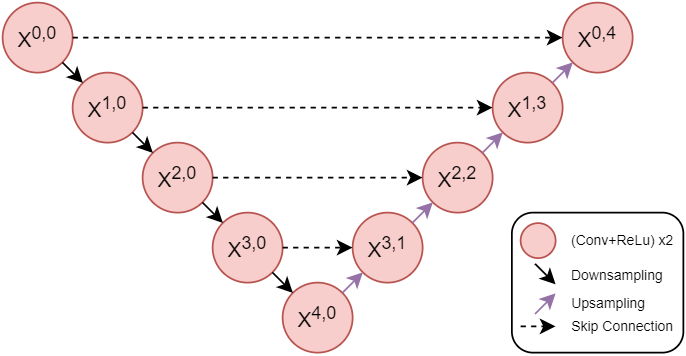
The draw.io diagram model img/Models-U-Net.png in rizalmaulanaa/Robustness_of_Prob_U_Net, before a commit. Source tidied: cells renumbered, new cells last; positions are measured from the earlier drawing's top-left corner, leaving out a move shared by most shapes.
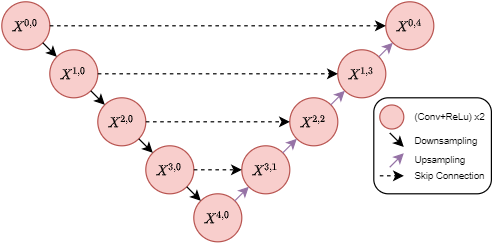
After the commit.

Change to the diagram source:
```diff
@@ -1,105 +1,111 @@
-<mxGraphModel>
+<mxGraphModel math="1">
   <root>
     <mxCell id="0" />
     <mxCell id="1" parent="0" />
+    <mxCell id="32" style="group;" parent="1" vertex="1">
+      <mxGeometry width="360" height="200" as="geometry" />
+    </mxCell>
-    <mxCell id="2" value="X&lt;sup&gt;0,0&lt;/sup&gt;" style="ellipse;whiteSpace=wrap;html=1;fillColor=#f8cecc;strokeColor=#b85450;" parent="1" vertex="1">
+    <mxCell id="2" value="&lt;span&gt;\({X^{0,0}}\)&lt;/span&gt;" style="ellipse;whiteSpace=wrap;html=1;fillColor=#f8cecc;strokeColor=#b85450;fontSize=10;" parent="32" vertex="1">
       <mxGeometry width="40" height="40" as="geometry" />
     </mxCell>
-    <mxCell id="3" value="X&lt;sup&gt;1,0&lt;/sup&gt;" style="ellipse;whiteSpace=wrap;html=1;fillColor=#f8cecc;strokeColor=#b85450;" parent="1" vertex="1">
+    <mxCell id="3" value="&lt;span&gt;\({X^{1,0}}\)&lt;/span&gt;" style="ellipse;whiteSpace=wrap;html=1;fillColor=#f8cecc;strokeColor=#b85450;fontSize=10;" parent="32" vertex="1">
       <mxGeometry x="40" y="40" width="40" height="40" as="geometry" />
     </mxCell>
-    <mxCell id="4" style="endArrow=classic;html=1;" parent="1" edge="1" source="2" target="3">
+    <mxCell id="4" style="endArrow=classic;html=1;" parent="32" edge="1" source="2" target="3">
       <mxGeometry relative="1" as="geometry" />
     </mxCell>
-    <mxCell id="5" value="X&lt;sup&gt;2,0&lt;/sup&gt;" style="ellipse;whiteSpace=wrap;html=1;fillColor=#f8cecc;strokeColor=#b85450;" parent="1" vertex="1">
+    <mxCell id="5" value="&lt;span&gt;\({X^{2,0}}\)&lt;/span&gt;" style="ellipse;whiteSpace=wrap;html=1;fillColor=#f8cecc;strokeColor=#b85450;fontSize=10;" parent="32" vertex="1">
       <mxGeometry x="80" y="80" width="40" height="40" as="geometry" />
     </mxCell>
-    <mxCell id="6" value="X&lt;sup&gt;3,0&lt;/sup&gt;" style="ellipse;whiteSpace=wrap;html=1;fillColor=#f8cecc;strokeColor=#b85450;" parent="1" vertex="1">
+    <mxCell id="6" value="&lt;span&gt;\({X^{3,0}}\)&lt;/span&gt;" style="ellipse;whiteSpace=wrap;html=1;fillColor=#f8cecc;strokeColor=#b85450;fontSize=10;" parent="32" vertex="1">
       <mxGeometry x="120" y="120" width="40" height="40" as="geometry" />
     </mxCell>
-    <mxCell id="7" value="X&lt;sup&gt;2,2&lt;/sup&gt;" style="ellipse;whiteSpace=wrap;html=1;fillColor=#f8cecc;strokeColor=#b85450;" parent="1" vertex="1">
+    <mxCell id="7" value="&lt;span&gt;\({X^{2,2}}\)&lt;/span&gt;" style="ellipse;whiteSpace=wrap;html=1;fillColor=#f8cecc;strokeColor=#b85450;fontSize=10;" parent="32" vertex="1">
       <mxGeometry x="240" y="80" width="40" height="40" as="geometry" />
     </mxCell>
-    <mxCell id="8" value="X&lt;sup&gt;3,1&lt;/sup&gt;" style="ellipse;whiteSpace=wrap;html=1;fillColor=#f8cecc;strokeColor=#b85450;" parent="1" vertex="1">
+    <mxCell id="8" value="&lt;span&gt;\({X^{3,1}}\)&lt;/span&gt;" style="ellipse;whiteSpace=wrap;html=1;fillColor=#f8cecc;strokeColor=#b85450;fontSize=10;" parent="32" vertex="1">
       <mxGeometry x="200" y="120" width="40" height="40" as="geometry" />
     </mxCell>
-    <mxCell id="9" value="X&lt;sup&gt;4,0&lt;/sup&gt;" style="ellipse;whiteSpace=wrap;html=1;fillColor=#f8cecc;strokeColor=#b85450;" parent="1" vertex="1">
+    <mxCell id="9" value="&lt;span&gt;\({X^{4,0}}\)&lt;/span&gt;" style="ellipse;whiteSpace=wrap;html=1;fillColor=#f8cecc;strokeColor=#b85450;fontSize=10;" parent="32" vertex="1">
       <mxGeometry x="160" y="160" width="40" height="40" as="geometry" />
     </mxCell>
-    <mxCell id="10" value="X&lt;sup&gt;1,3&lt;/sup&gt;" style="ellipse;whiteSpace=wrap;html=1;fillColor=#f8cecc;strokeColor=#b85450;" parent="1" vertex="1">
+    <mxCell id="10" value="&lt;span&gt;\({X^{1,3}}\)&lt;/span&gt;" style="ellipse;whiteSpace=wrap;html=1;fillColor=#f8cecc;strokeColor=#b85450;fontSize=10;" parent="32" vertex="1">
       <mxGeometry x="280" y="40" width="40" height="40" as="geometry" />
     </mxCell>
-    <mxCell id="11" value="X&lt;sup&gt;0,4&lt;/sup&gt;" style="ellipse;whiteSpace=wrap;html=1;fillColor=#f8cecc;strokeColor=#b85450;" parent="1" vertex="1">
+    <mxCell id="11" value="&lt;span&gt;\({X^{0,4}}\)&lt;/span&gt;" style="ellipse;whiteSpace=wrap;html=1;fillColor=#f8cecc;strokeColor=#b85450;fontSize=10;" parent="32" vertex="1">
       <mxGeometry x="320" width="40" height="40" as="geometry" />
     </mxCell>
-    <mxCell id="12" style="endArrow=classic;html=1;" parent="1" edge="1" source="3" target="5">
+    <mxCell id="12" style="endArrow=classic;html=1;" parent="32" edge="1" source="3" target="5">
       <mxGeometry relative="1" as="geometry" />
     </mxCell>
-    <mxCell id="13" style="endArrow=classic;html=1;" parent="1" edge="1" source="5" target="6">
+    <mxCell id="13" style="endArrow=classic;html=1;" parent="32" edge="1" source="5" target="6">
       <mxGeometry relative="1" as="geometry" />
     </mxCell>
-    <mxCell id="14" style="endArrow=classic;html=1;" parent="1" edge="1" source="6" target="9">
+    <mxCell id="14" style="endArrow=classic;html=1;" parent="32" edge="1" source="6" target="9">
       <mxGeometry relative="1" as="geometry" />
     </mxCell>
-    <mxCell id="15" style="endArrow=classic;html=1;fillColor=#e1d5e7;strokeColor=#9673a6;" parent="1" edge="1" source="9" target="8">
+    <mxCell id="15" style="endArrow=classic;html=1;fillColor=#e1d5e7;strokeColor=#9673a6;" parent="32" edge="1" source="9" target="8">
       <mxGeometry relative="1" as="geometry" />
     </mxCell>
-    <mxCell id="16" style="endArrow=classic;html=1;fillColor=#e1d5e7;strokeColor=#9673a6;" parent="1" edge="1" source="8" target="7">
+    <mxCell id="16" style="endArrow=classic;html=1;fillColor=#e1d5e7;strokeColor=#9673a6;" parent="32" edge="1" source="8" target="7">
       <mxGeometry relative="1" as="geometry" />
     </mxCell>
-    <mxCell id="17" style="endArrow=classic;html=1;fillColor=#e1d5e7;strokeColor=#9673a6;" parent="1" edge="1" source="7" target="10">
+    <mxCell id="17" style="endArrow=classic;html=1;fillColor=#e1d5e7;strokeColor=#9673a6;" parent="32" edge="1" source="7" target="10">
       <mxGeometry relative="1" as="geometry" />
     </mxCell>
-    <mxCell id="18" style="endArrow=classic;html=1;fillColor=#e1d5e7;strokeColor=#9673a6;" parent="1" edge="1" source="10" target="11">
+    <mxCell id="18" style="endArrow=classic;html=1;fillColor=#e1d5e7;strokeColor=#9673a6;" parent="32" edge="1" source="10" target="11">
       <mxGeometry relative="1" as="geometry" />
     </mxCell>
-    <mxCell id="19" style="endArrow=classic;html=1;dashed=1;" parent="1" edge="1" source="2" target="11">
+    <mxCell id="19" style="endArrow=classic;html=1;dashed=1;" parent="32" edge="1" source="2" target="11">
       <mxGeometry relative="1" as="geometry" />
     </mxCell>
-    <mxCell id="20" style="endArrow=classic;html=1;dashed=1;" parent="1" edge="1" source="3" target="10">
+    <mxCell id="20" style="endArrow=classic;html=1;dashed=1;" parent="32" edge="1" source="3" target="10">
       <mxGeometry relative="1" as="geometry" />
     </mxCell>
-    <mxCell id="21" style="endArrow=classic;html=1;dashed=1;" parent="1" edge="1" source="5" target="7">
+    <mxCell id="21" style="endArrow=classic;html=1;dashed=1;" parent="32" edge="1" source="5" target="7">
       <mxGeometry relative="1" as="geometry" />
     </mxCell>
-    <mxCell id="22" style="endArrow=classic;html=1;dashed=1;" parent="1" edge="1" source="6" target="8">
+    <mxCell id="22" style="endArrow=classic;html=1;dashed=1;" parent="32" edge="1" source="6" target="8">
       <mxGeometry relative="1" as="geometry" />
     </mxCell>
+    <mxCell id="33" style="group;" parent="1" vertex="1">
+      <mxGeometry x="310" y="80" width="98" height="80" as="geometry" />
+    </mxCell>
-    <mxCell id="23" style="rounded=1;whiteSpace=wrap;html=1;" parent="1" vertex="1">
-      <mxGeometry x="291" y="120" width="98" height="80" as="geometry" />
+    <mxCell id="23" style="rounded=1;whiteSpace=wrap;html=1;" parent="33" vertex="1">
+      <mxGeometry width="98" height="80" as="geometry" />
     </mxCell>
-    <mxCell id="24" style="endArrow=classic;html=1;fillColor=#e1d5e7;strokeColor=#9673a6;" parent="1" edge="1">
+    <mxCell id="24" style="endArrow=classic;html=1;fillColor=#e1d5e7;strokeColor=#9673a6;" parent="33" edge="1">
       <mxGeometry relative="1" as="geometry">
-        <mxPoint x="304.3" y="177.9" as="sourcePoint" />
-        <mxPoint x="316" y="166.1" as="targetPoint" />
+        <mxPoint x="13.3" y="57.9" as="sourcePoint" />
+        <mxPoint x="25" y="46.1" as="targetPoint" />
       </mxGeometry>
     </mxCell>
-    <mxCell id="25" style="endArrow=classic;html=1;" parent="1" edge="1">
+    <mxCell id="25" style="endArrow=classic;html=1;" parent="33" edge="1">
       <mxGeometry relative="1" as="geometry">
-        <mxPoint x="304.3" y="149.3" as="sourcePoint" />
-        <mxPoint x="316" y="161" as="targetPoint" />
+        <mxPoint x="13.3" y="29.3" as="sourcePoint" />
+        <mxPoint x="25" y="41" as="targetPoint" />
       </mxGeometry>
     </mxCell>
-    <mxCell id="26" value="&lt;font style=&quot;font-size: 8px;&quot;&gt;Downsampling&lt;/font&gt;" style="text;html=1;align=center;verticalAlign=middle;fontSize=8;" parent="1" vertex="1">
-      <mxGeometry x="316" y="146" width="70" height="20" as="geometry" />
+    <mxCell id="26" value="&lt;font style=&quot;font-size: 8px;&quot;&gt;Downsampling&lt;/font&gt;" style="text;html=1;align=center;verticalAlign=middle;fontSize=8;" parent="33" vertex="1">
+      <mxGeometry x="25" y="26" width="70" height="20" as="geometry" />
     </mxCell>
-    <mxCell id="27" value="&lt;font style=&quot;font-size: 8px;&quot;&gt;Upsampling&lt;/font&gt;" style="text;html=1;align=center;verticalAlign=middle;fontSize=8;" parent="1" vertex="1">
-      <mxGeometry x="316" y="162" width="60" height="20" as="geometry" />
+    <mxCell id="27" value="&lt;font style=&quot;font-size: 8px;&quot;&gt;Upsampling&lt;/font&gt;" style="text;html=1;align=center;verticalAlign=middle;fontSize=8;" parent="33" vertex="1">
+      <mxGeometry x="25" y="42" width="60" height="20" as="geometry" />
     </mxCell>
-    <mxCell id="28" style="endArrow=classic;html=1;dashed=1;" parent="1" edge="1">
+    <mxCell id="28" style="endArrow=classic;html=1;dashed=1;" parent="33" edge="1">
       <mxGeometry relative="1" as="geometry">
-        <mxPoint x="296" y="185" as="sourcePoint" />
-        <mxPoint x="316" y="185" as="targetPoint" />
+        <mxPoint x="5" y="65" as="sourcePoint" />
+        <mxPoint x="25" y="65" as="targetPoint" />
       </mxGeometry>
     </mxCell>
-    <mxCell id="29" value="&lt;font style=&quot;font-size: 8px;&quot;&gt;Skip Connection&lt;/font&gt;" style="text;html=1;align=center;verticalAlign=middle;fontSize=8;" parent="1" vertex="1">
-      <mxGeometry x="319" y="175" width="70" height="20" as="geometry" />
+    <mxCell id="29" value="&lt;font style=&quot;font-size: 8px;&quot;&gt;Skip Connection&lt;/font&gt;" style="text;html=1;align=center;verticalAlign=middle;fontSize=8;" parent="33" vertex="1">
+      <mxGeometry x="28" y="55" width="70" height="20" as="geometry" />
     </mxCell>
-    <mxCell id="30" style="ellipse;whiteSpace=wrap;html=1;fillColor=#f8cecc;strokeColor=#b85450;" parent="1" vertex="1">
-      <mxGeometry x="296" y="126" width="20" height="20" as="geometry" />
+    <mxCell id="30" style="ellipse;whiteSpace=wrap;html=1;fillColor=#f8cecc;strokeColor=#b85450;" parent="33" vertex="1">
+      <mxGeometry x="5" y="6" width="20" height="20" as="geometry" />
     </mxCell>
-    <mxCell id="31" value="(Conv+ReLu) x2" style="text;html=1;align=center;verticalAlign=middle;fontSize=8;" parent="1" vertex="1">
-      <mxGeometry x="319" y="126" width="70" height="20" as="geometry" />
+    <mxCell id="31" value="(Conv+ReLu) x2" style="text;html=1;align=center;verticalAlign=middle;fontSize=8;" parent="33" vertex="1">
+      <mxGeometry x="28" y="6" width="70" height="20" as="geometry" />
     </mxCell>
   </root>
 </mxGraphModel>
```
